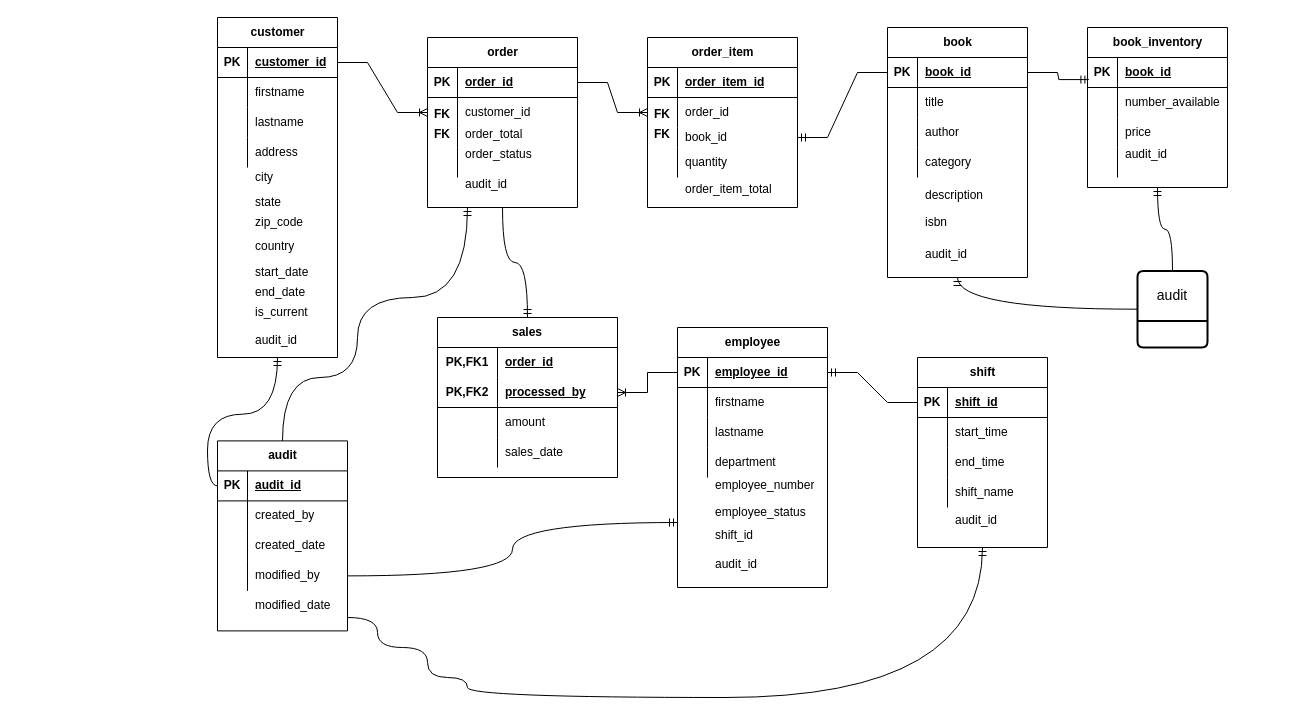
This is Untitled Diagram.drawio from jays-codes/diagrams, a draw.io file, before an edit. Source tidied: cells renumbered, new cells numbered last; positions are measured from the earlier drawing's top-left corner, leaving out a move shared by most shapes. Both pictures are drawn from the tidied source at 100%, with x=0, y=0 at pixel (217, 17).
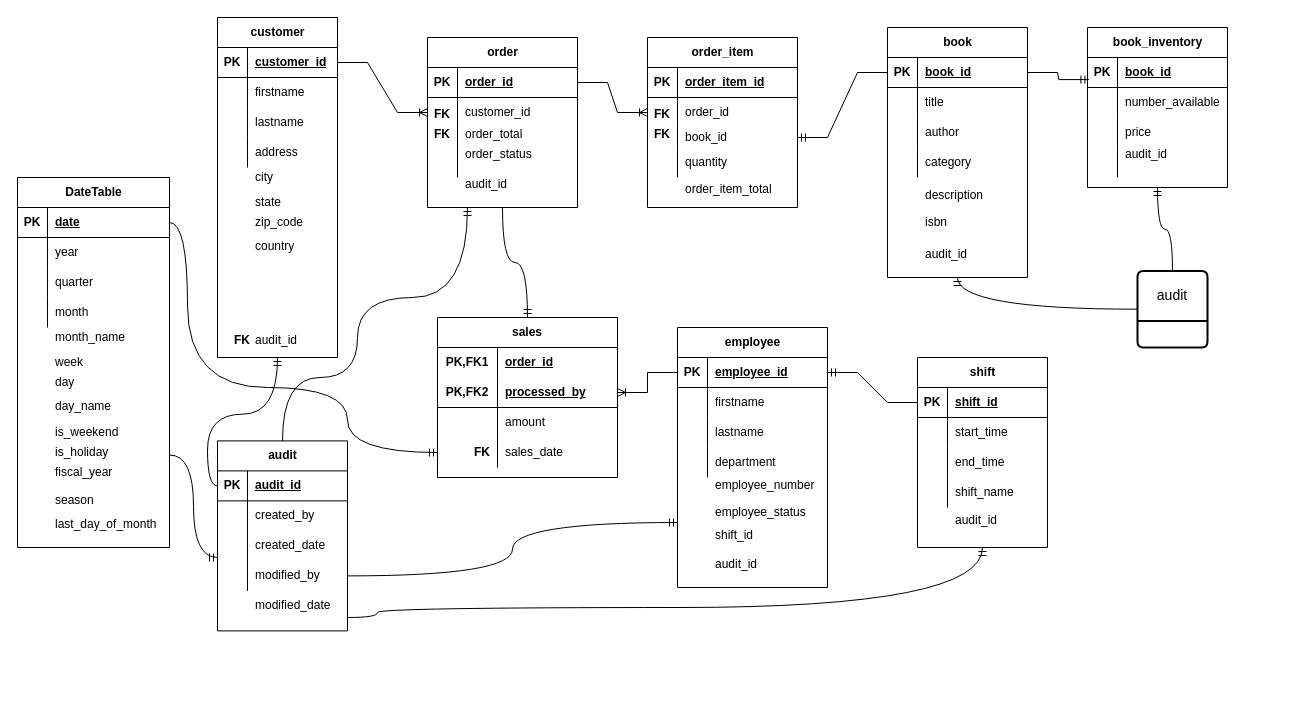
The same page after the edit.

Commit message:
3rd commit for SQL assignment

The change refers to these unchanged cells:
```xml
<mxCell id="9" style="shape=tableRow;horizontal=0;startSize=0;swimlaneHead=0;swimlaneBody=0;fillColor=none;points=[[0,0.5],[1,0.5]];portConstraint=eastwest;top=0;left=0;right=0;bottom=0;" parent="2" vertex="1">
  <mxGeometry y="90" width="130" height="30" as="geometry" />
</mxCell>
<mxCell id="38" style="shape=tableRow;horizontal=0;startSize=0;swimlaneHead=0;swimlaneBody=0;fillColor=none;points=[[0,0.5],[1,0.5]];portConstraint=eastwest;top=0;left=0;right=0;bottom=0;html=1;" parent="28" vertex="1">
  <mxGeometry y="120" width="180" height="30" as="geometry" />
</mxCell>
<mxCell id="59" value="shift" style="shape=table;startSize=30;childLayout=tableLayout;rowLines=0;fontStyle=1;align=center;html=1;" parent="1" vertex="1">
  <mxGeometry x="700" y="340" width="130" height="190" as="geometry" />
</mxCell>
```

Diff of the diagram source:
```diff
@@
     <mxCell id="154" style="edgeStyle=orthogonalEdgeStyle;fontSize=12;html=1;endArrow=ERmandOne;rounded=0;curved=1;entryX=0.5;entryY=1;entryDx=0;entryDy=0;" parent="1" edge="1" target="59">
       <mxGeometry relative="1" as="geometry">
         <mxPoint x="130" y="600" as="sourcePoint" />
         <Array as="points">
-          <mxPoint x="160" y="630" />
-          <mxPoint x="210" y="630" />
-          <mxPoint x="210" y="660" />
-          <mxPoint x="250" y="660" />
-          <mxPoint x="250" y="680" />
-          <mxPoint x="765" y="680" />
+          <mxPoint x="160" y="600" />
+          <mxPoint x="160" y="590" />
+          <mxPoint x="765" y="590" />
         </Array>
       </mxGeometry>
     </mxCell>
@@
-    <mxCell id="160" value="start_date" style="shape=partialRectangle;fillColor=none;top=0;left=0;bottom=0;right=0;align=left;spacingLeft=6;overflow=hidden;whiteSpace=wrap;html=1;" parent="1" vertex="1">
-      <mxGeometry x="30" y="240" width="80" height="30" as="geometry" />
-    </mxCell>
-    <mxCell id="161" value="end_date" style="shape=partialRectangle;fillColor=none;top=0;left=0;bottom=0;right=0;align=left;spacingLeft=6;overflow=hidden;whiteSpace=wrap;html=1;" parent="1" vertex="1">
-      <mxGeometry x="30" y="260" width="80" height="30" as="geometry" />
-    </mxCell>
-    <mxCell id="162" value="is_current" style="shape=partialRectangle;fillColor=none;top=0;left=0;bottom=0;right=0;align=left;spacingLeft=6;overflow=hidden;whiteSpace=wrap;html=1;" parent="1" vertex="1">
-      <mxGeometry x="30" y="280" width="80" height="30" as="geometry" />
-    </mxCell>
+    <mxCell id="163" style="group;" parent="1" vertex="1">
+      <mxGeometry x="-200" y="160" width="152" height="370" as="geometry" />
+    </mxCell>
+    <mxCell id="164" value="DateTable" style="shape=table;startSize=30;childLayout=tableLayout;rowLines=0;fontStyle=1;align=center;html=1;" parent="163" vertex="1">
+      <mxGeometry width="152" height="370" as="geometry" />
+    </mxCell>
+    <mxCell id="165" style="shape=tableRow;horizontal=0;startSize=0;swimlaneHead=0;swimlaneBody=0;fillColor=none;points=[[0,0.5],[1,0.5]];portConstraint=eastwest;top=0;left=0;right=0;bottom=1;" parent="164" vertex="1">
+      <mxGeometry y="30" width="152" height="30" as="geometry" />
+    </mxCell>
+    <mxCell id="166" value="PK" style="shape=partialRectangle;fillColor=none;top=0;left=0;bottom=0;right=0;fontStyle=1;overflow=hidden;whiteSpace=wrap;html=1;" parent="165" vertex="1">
+      <mxGeometry width="30" height="30" as="geometry" />
+    </mxCell>
+    <mxCell id="167" value="date" style="shape=partialRectangle;fillColor=none;top=0;left=0;bottom=0;right=0;align=left;spacingLeft=6;fontStyle=5;overflow=hidden;whiteSpace=wrap;html=1;" parent="165" vertex="1">
+      <mxGeometry x="30" width="122" height="30" as="geometry" />
+    </mxCell>
+    <mxCell id="168" style="shape=tableRow;horizontal=0;startSize=0;swimlaneHead=0;swimlaneBody=0;fillColor=none;top=0;left=0;right=0;bottom=0;" parent="164" vertex="1">
+      <mxGeometry y="60" width="152" height="30" as="geometry" />
+    </mxCell>
+    <mxCell id="169" style="shape=partialRectangle;fillColor=none;top=0;left=0;bottom=0;right=0;overflow=hidden;whiteSpace=wrap;html=1;" parent="168" vertex="1">
+      <mxGeometry width="30" height="30" as="geometry" />
+    </mxCell>
+    <mxCell id="170" value="year" style="shape=partialRectangle;fillColor=none;top=0;left=0;bottom=0;right=0;align=left;spacingLeft=6;overflow=hidden;whiteSpace=wrap;html=1;" parent="168" vertex="1">
+      <mxGeometry x="30" width="122" height="30" as="geometry" />
+    </mxCell>
+    <mxCell id="171" style="shape=tableRow;horizontal=0;startSize=0;swimlaneHead=0;swimlaneBody=0;fillColor=none;top=0;left=0;right=0;bottom=0;" parent="164" vertex="1">
+      <mxGeometry y="90" width="152" height="30" as="geometry" />
+    </mxCell>
+    <mxCell id="172" style="shape=partialRectangle;fillColor=none;top=0;left=0;bottom=0;right=0;overflow=hidden;whiteSpace=wrap;html=1;" parent="171" vertex="1">
+      <mxGeometry width="30" height="30" as="geometry" />
+    </mxCell>
+    <mxCell id="173" value="quarter" style="shape=partialRectangle;fillColor=none;top=0;left=0;bottom=0;right=0;align=left;spacingLeft=6;overflow=hidden;whiteSpace=wrap;html=1;" parent="171" vertex="1">
+      <mxGeometry x="30" width="122" height="30" as="geometry" />
+    </mxCell>
+    <mxCell id="174" style="shape=tableRow;horizontal=0;startSize=0;swimlaneHead=0;swimlaneBody=0;fillColor=none;top=0;left=0;right=0;bottom=0;" parent="164" vertex="1">
+      <mxGeometry y="120" width="152" height="30" as="geometry" />
+    </mxCell>
+    <mxCell id="175" style="shape=partialRectangle;fillColor=none;top=0;left=0;bottom=0;right=0;overflow=hidden;whiteSpace=wrap;html=1;" parent="174" vertex="1">
+      <mxGeometry width="30" height="30" as="geometry" />
+    </mxCell>
+    <mxCell id="176" value="month" style="shape=partialRectangle;fillColor=none;top=0;left=0;bottom=0;right=0;align=left;spacingLeft=6;overflow=hidden;whiteSpace=wrap;html=1;" parent="174" vertex="1">
+      <mxGeometry x="30" width="122" height="30" as="geometry" />
+    </mxCell>
+    <mxCell id="177" value="season" style="shape=partialRectangle;fillColor=none;top=0;left=0;bottom=0;right=0;align=left;spacingLeft=6;overflow=hidden;whiteSpace=wrap;html=1;" parent="163" vertex="1">
+      <mxGeometry x="30" y="306.2" width="80" height="33.8" as="geometry" />
+    </mxCell>
+    <mxCell id="178" value="month_name" style="shape=partialRectangle;fillColor=none;top=0;left=0;bottom=0;right=0;align=left;spacingLeft=6;overflow=hidden;whiteSpace=wrap;html=1;" parent="163" vertex="1">
+      <mxGeometry x="30" y="145" width="90" height="30" as="geometry" />
+    </mxCell>
+    <mxCell id="179" value="week" style="shape=partialRectangle;fillColor=none;top=0;left=0;bottom=0;right=0;align=left;spacingLeft=6;overflow=hidden;whiteSpace=wrap;html=1;" parent="163" vertex="1">
+      <mxGeometry x="30" y="170" width="90" height="30" as="geometry" />
+    </mxCell>
+    <mxCell id="180" value="day" style="shape=partialRectangle;fillColor=none;top=0;left=0;bottom=0;right=0;align=left;spacingLeft=6;overflow=hidden;whiteSpace=wrap;html=1;" parent="163" vertex="1">
+      <mxGeometry x="30" y="190" width="90" height="30" as="geometry" />
+    </mxCell>
+    <mxCell id="181" value="day_name" style="shape=partialRectangle;fillColor=none;top=0;left=0;bottom=0;right=0;align=left;spacingLeft=6;overflow=hidden;whiteSpace=wrap;html=1;" parent="163" vertex="1">
+      <mxGeometry x="30" y="213.8" width="90" height="30" as="geometry" />
+    </mxCell>
+    <mxCell id="182" value="is_weekend" style="shape=partialRectangle;fillColor=none;top=0;left=0;bottom=0;right=0;align=left;spacingLeft=6;overflow=hidden;whiteSpace=wrap;html=1;" parent="163" vertex="1">
+      <mxGeometry x="30" y="240" width="80" height="30" as="geometry" />
+    </mxCell>
+    <mxCell id="183" value="is_holiday" style="shape=partialRectangle;fillColor=none;top=0;left=0;bottom=0;right=0;align=left;spacingLeft=6;overflow=hidden;whiteSpace=wrap;html=1;" parent="163" vertex="1">
+      <mxGeometry x="30" y="260" width="80" height="30" as="geometry" />
+    </mxCell>
+    <mxCell id="184" value="fiscal_year" style="shape=partialRectangle;fillColor=none;top=0;left=0;bottom=0;right=0;align=left;spacingLeft=6;overflow=hidden;whiteSpace=wrap;html=1;" parent="163" vertex="1">
+      <mxGeometry x="30" y="280" width="80" height="30" as="geometry" />
+    </mxCell>
+    <mxCell id="185" value="last_day_of_month" style="shape=partialRectangle;fillColor=none;top=0;left=0;bottom=0;right=0;align=left;spacingLeft=6;overflow=hidden;whiteSpace=wrap;html=1;" parent="163" vertex="1">
+      <mxGeometry x="30" y="330" width="112" height="33.8" as="geometry" />
+    </mxCell>
+    <mxCell id="186" style="edgeStyle=orthogonalEdgeStyle;fontSize=12;html=1;endArrow=ERmandOne;rounded=0;curved=1;" parent="1" edge="1" source="165" target="38">
+      <mxGeometry relative="1" as="geometry">
+        <Array as="points">
+          <mxPoint x="-30" y="205" />
+          <mxPoint x="-30" y="370" />
+          <mxPoint x="130" y="370" />
+          <mxPoint x="130" y="435" />
+        </Array>
+      </mxGeometry>
+    </mxCell>
+    <mxCell id="187" style="edgeStyle=orthogonalEdgeStyle;fontSize=12;html=1;endArrow=ERmandOne;rounded=0;exitX=1;exitY=0.75;exitDx=0;exitDy=0;curved=1;" parent="1" edge="1" source="164" target="9">
+      <mxGeometry relative="1" as="geometry">
+        <Array as="points">
+          <mxPoint x="-24" y="438" />
+          <mxPoint x="-24" y="540" />
+        </Array>
+      </mxGeometry>
+    </mxCell>
+    <mxCell id="188" value="FK" style="shape=partialRectangle;fillColor=none;top=0;left=0;bottom=0;right=0;fontStyle=1;overflow=hidden;whiteSpace=wrap;html=1;" parent="1" vertex="1">
+      <mxGeometry x="10" y="306.2" width="30" height="33.8" as="geometry" />
+    </mxCell>
+    <mxCell id="189" value="FK" style="shape=partialRectangle;fillColor=none;top=0;left=0;bottom=0;right=0;fontStyle=1;overflow=hidden;whiteSpace=wrap;html=1;" parent="1" vertex="1">
+      <mxGeometry x="250" y="418.1" width="30" height="33.8" as="geometry" />
+    </mxCell>
```
